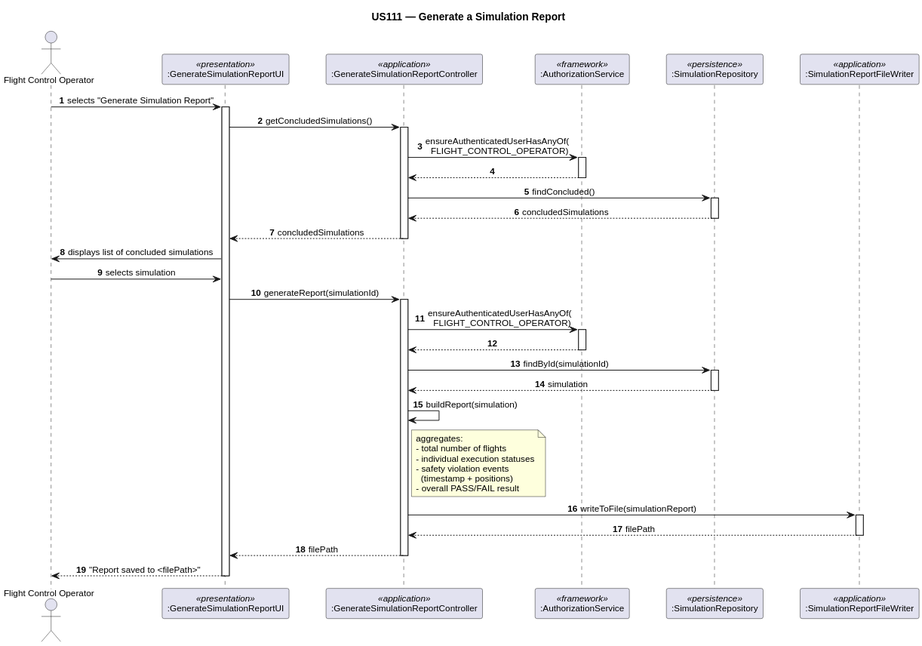
Before: docs/Sprint3/EAPLI/us_111/US111__Generate_a_Simulation_Report.svg, a diagram exported from PlantUML (1240826/aisafe-flight-control). The source it was exported from:
```plantuml
@startuml
title US111 — Generate a Simulation Report

skinparam sequenceMessageAlign center
skinparam defaultFontName Arial
skinparam defaultFontSize 12
skinparam ParticipantPadding 20

autonumber

actor "Flight Control Operator" as actor
participant ":GenerateSimulationReportUI"        as ui       <<presentation>>
participant ":GenerateSimulationReportController" as ctrl    <<application>>
participant ":AuthorizationService"              as authz    <<framework>>
participant ":SimulationRepository"              as simRepo  <<persistence>>
participant ":SimulationReportFileWriter"        as writer   <<application>>

actor -> ui : selects "Generate Simulation Report"
activate ui

ui -> ctrl : getConcludedSimulations()
activate ctrl

ctrl -> authz : ensureAuthenticatedUserHasAnyOf(\n  FLIGHT_CONTROL_OPERATOR)
activate authz
authz --> ctrl
deactivate authz

ctrl -> simRepo : findConcluded()
activate simRepo
simRepo --> ctrl : concludedSimulations
deactivate simRepo

ctrl --> ui : concludedSimulations
deactivate ctrl

ui -> actor : displays list of concluded simulations
actor -> ui : selects simulation

ui -> ctrl : generateReport(simulationId)
activate ctrl

ctrl -> authz : ensureAuthenticatedUserHasAnyOf(\n  FLIGHT_CONTROL_OPERATOR)
activate authz
authz --> ctrl
deactivate authz

ctrl -> simRepo : findById(simulationId)
activate simRepo
simRepo --> ctrl : simulation
deactivate simRepo

ctrl -> ctrl : buildReport(simulation)

note right of ctrl
  aggregates:
  - total number of flights
  - individual execution statuses
  - safety violation events
    (timestamp + positions)
  - overall PASS/FAIL result
end note

ctrl -> writer : writeToFile(simulationReport)
activate writer
writer --> ctrl : filePath
deactivate writer

ctrl --> ui : filePath
deactivate ctrl

ui --> actor : "Report saved to <filePath>"
deactivate ui
@enduml
```
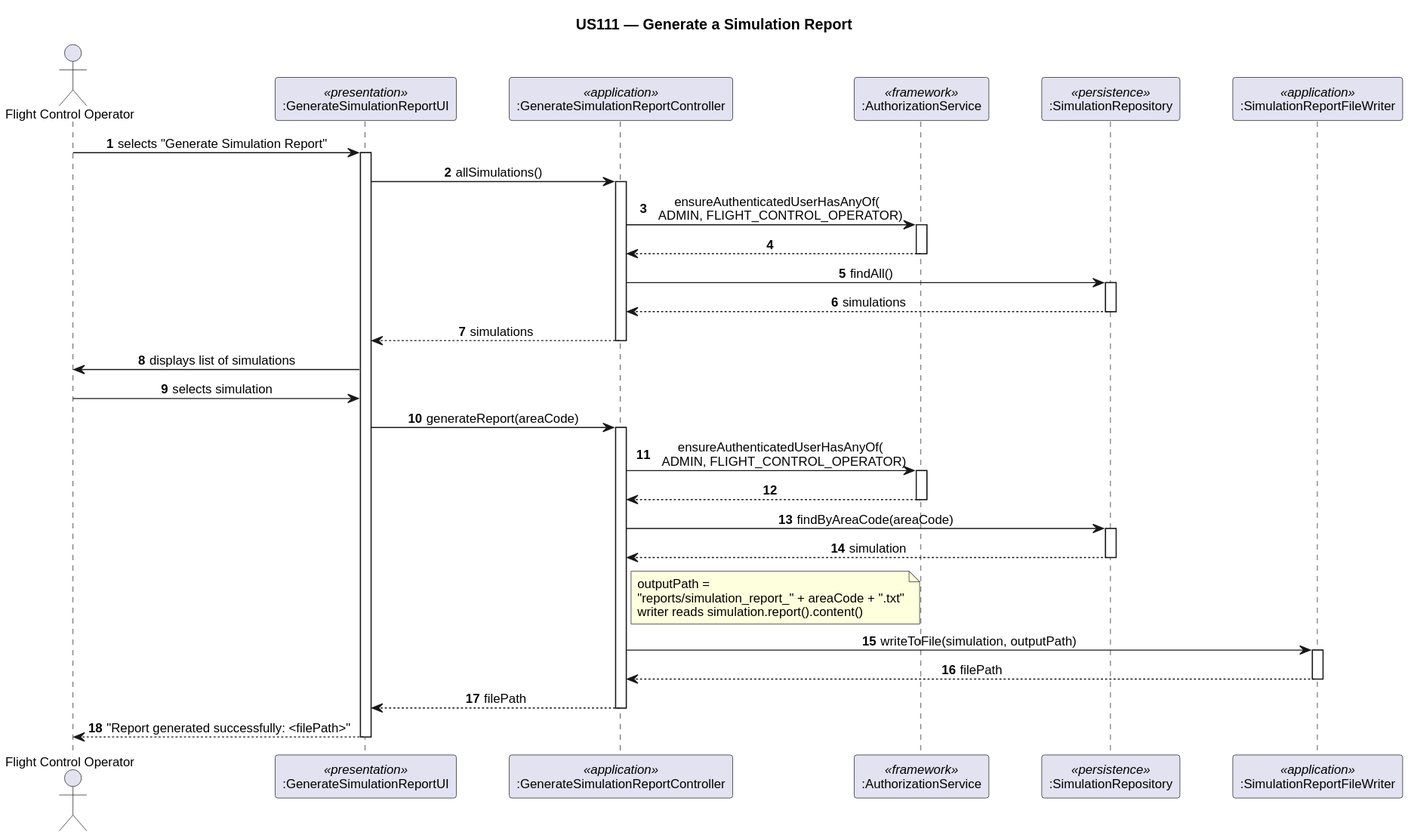
Above is the later version.

What changed in the source:
```diff
@@ -18,50 +18,45 @@
 actor -> ui : selects "Generate Simulation Report"
 activate ui
 
-ui -> ctrl : getConcludedSimulations()
+ui -> ctrl : allSimulations()
 activate ctrl
 
-ctrl -> authz : ensureAuthenticatedUserHasAnyOf(\n  FLIGHT_CONTROL_OPERATOR)
+ctrl -> authz : ensureAuthenticatedUserHasAnyOf(\n  ADMIN, FLIGHT_CONTROL_OPERATOR)
 activate authz
 authz --> ctrl
 deactivate authz
 
-ctrl -> simRepo : findConcluded()
+ctrl -> simRepo : findAll()
 activate simRepo
-simRepo --> ctrl : concludedSimulations
+simRepo --> ctrl : simulations
 deactivate simRepo
 
-ctrl --> ui : concludedSimulations
+ctrl --> ui : simulations
 deactivate ctrl
 
-ui -> actor : displays list of concluded simulations
+ui -> actor : displays list of simulations
 actor -> ui : selects simulation
 
-ui -> ctrl : generateReport(simulationId)
+ui -> ctrl : generateReport(areaCode)
 activate ctrl
 
-ctrl -> authz : ensureAuthenticatedUserHasAnyOf(\n  FLIGHT_CONTROL_OPERATOR)
+ctrl -> authz : ensureAuthenticatedUserHasAnyOf(\n  ADMIN, FLIGHT_CONTROL_OPERATOR)
 activate authz
 authz --> ctrl
 deactivate authz
 
-ctrl -> simRepo : findById(simulationId)
+ctrl -> simRepo : findByAreaCode(areaCode)
 activate simRepo
 simRepo --> ctrl : simulation
 deactivate simRepo
 
-ctrl -> ctrl : buildReport(simulation)
-
 note right of ctrl
-  aggregates:
-  - total number of flights
-  - individual execution statuses
-  - safety violation events
-    (timestamp + positions)
-  - overall PASS/FAIL result
+  outputPath =
+  "reports/simulation_report_" + areaCode + ".txt"
+  writer reads simulation.report().content()
 end note
 
-ctrl -> writer : writeToFile(simulationReport)
+ctrl -> writer : writeToFile(simulation, outputPath)
 activate writer
 writer --> ctrl : filePath
 deactivate writer
@@ -69,6 +64,6 @@
 ctrl --> ui : filePath
 deactivate ctrl
 
-ui --> actor : "Report saved to <filePath>"
+ui --> actor : "Report generated successfully: <filePath>"
 deactivate ui
 @enduml
```
